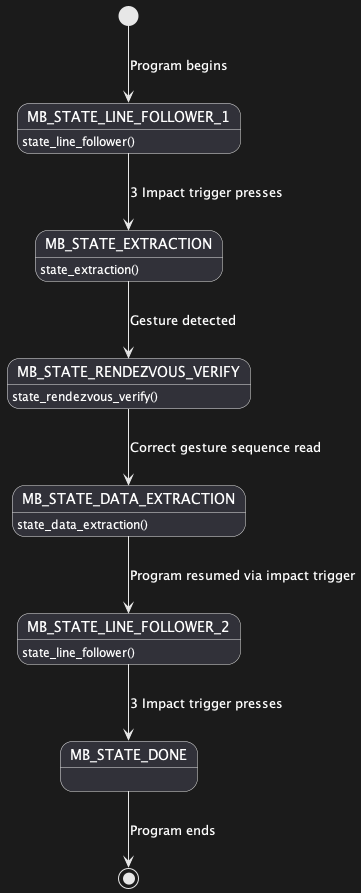
This is uml/diagrams/mb_state_machine.png from AndrewH-14/team1-project, a PlantUML export, as it was before one commit.
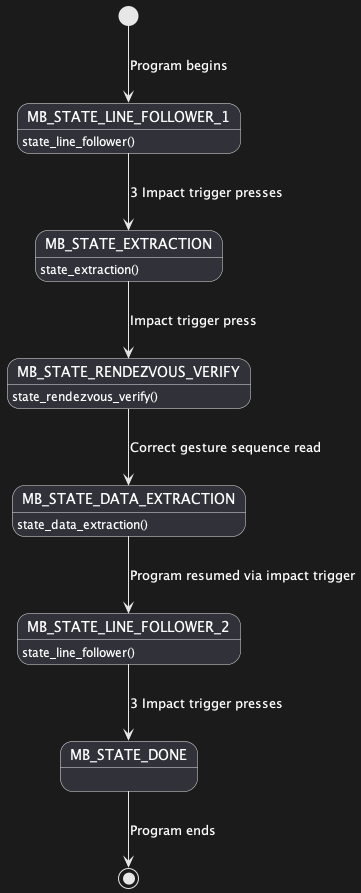
The same file after the commit.

The edit, as a diff of the source:
```diff
@@ -9,7 +9,7 @@
 
 [*] --> MB_STATE_LINE_FOLLOWER_1 : Program begins
 MB_STATE_LINE_FOLLOWER_1 --> MB_STATE_EXTRACTION : 3 Impact trigger presses
-MB_STATE_EXTRACTION --> MB_STATE_RENDEZVOUS_VERIFY : Gesture detected
+MB_STATE_EXTRACTION --> MB_STATE_RENDEZVOUS_VERIFY : Impact trigger press
 MB_STATE_RENDEZVOUS_VERIFY --> MB_STATE_DATA_EXTRACTION : Correct gesture sequence read
 MB_STATE_DATA_EXTRACTION --> MB_STATE_LINE_FOLLOWER_2 : Program resumed via impact trigger
 MB_STATE_LINE_FOLLOWER_2 --> MB_STATE_DONE : 3 Impact trigger presses
```
